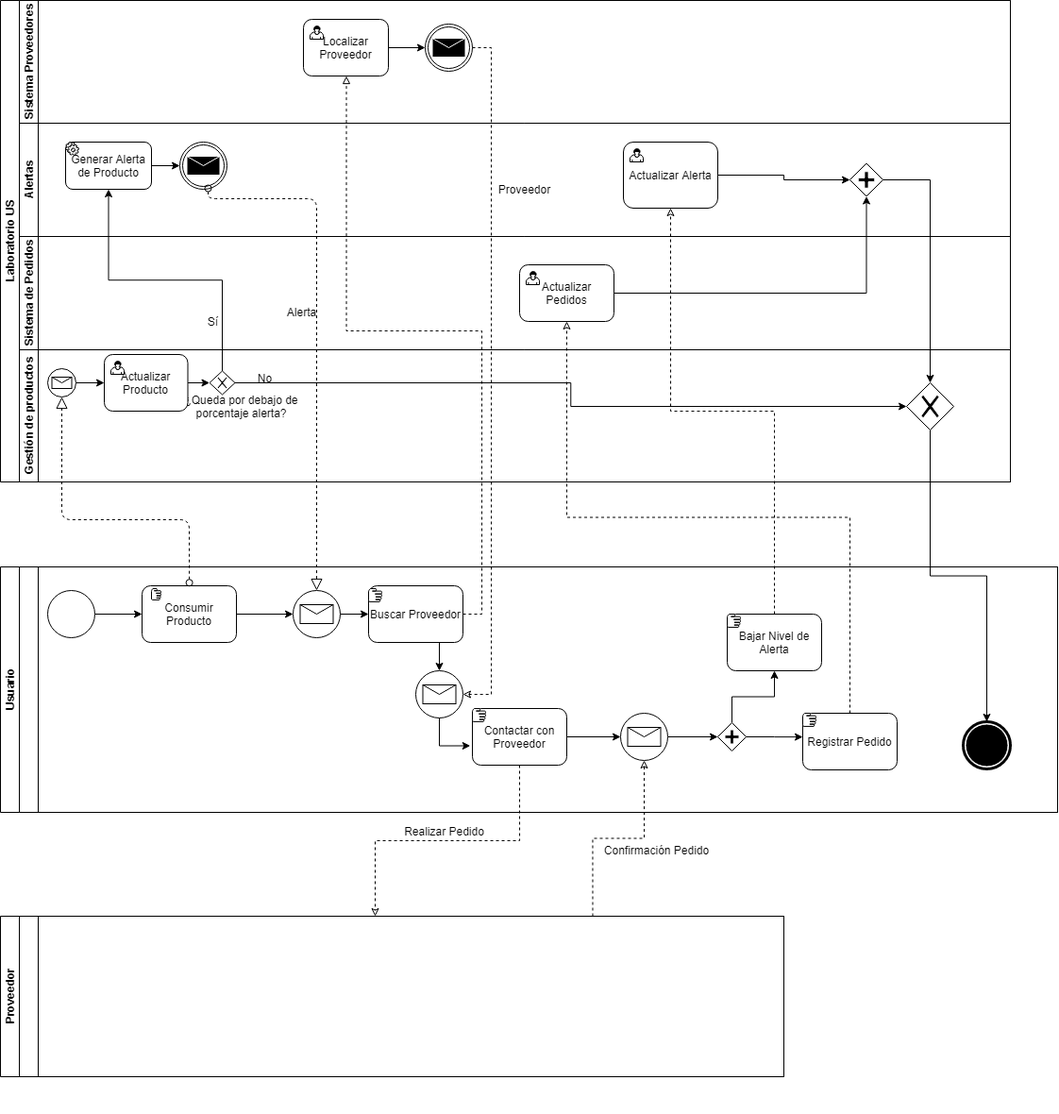
Before: Imágenes BPMN/HacerPedidoBPMN-Implantar.png, a diagram exported from draw.io (Franbr31/IR-project). Source tidied: cells renumbered, new cells last; positions are measured from the earlier drawing's top-left corner, leaving out a move shared by most shapes.
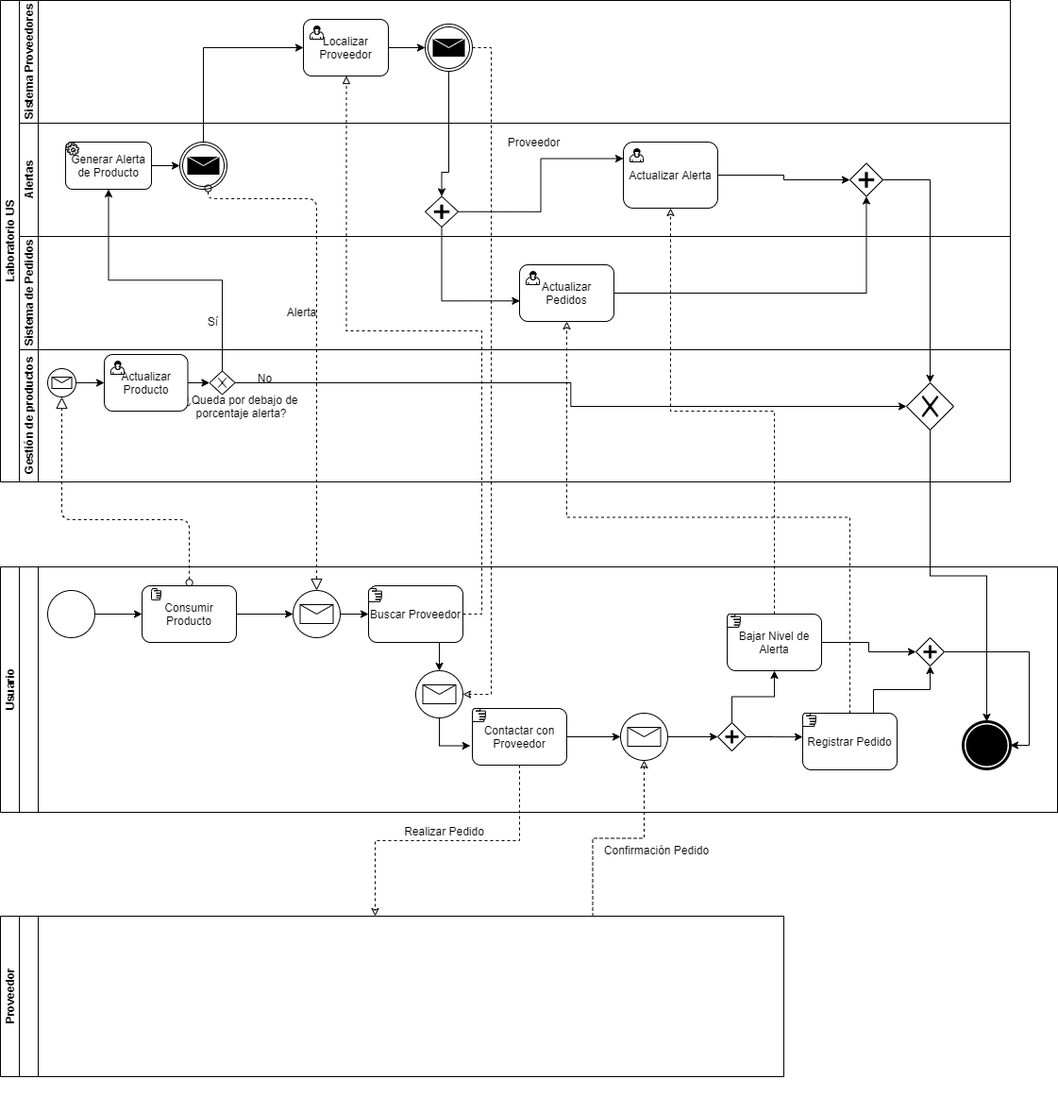
The same diagram one commit later.

Change to the diagram source:
```diff
@@ -50,7 +50,7 @@
       </mxGeometry>
     </mxCell>
     <mxCell id="15" value="Proveedor" style="text;html=1;align=center;verticalAlign=middle;" parent="8" vertex="1">
-      <mxGeometry x="500" y="60" width="70" height="20" as="geometry" />
+      <mxGeometry x="510" y="10" width="70" height="20" as="geometry" />
     </mxCell>
     <mxCell id="16" style="edgeStyle=orthogonalEdgeStyle;rounded=0;jettySize=auto;html=1;exitX=1;exitY=0.5;exitDx=0;exitDy=0;endArrow=classic;endFill=1;" parent="8" edge="1" source="17" target="19">
       <mxGeometry relative="1" as="geometry" />
@@ -66,6 +66,12 @@
     <mxCell id="19" style="shape=mxgraph.bpmn.shape;html=1;verticalLabelPosition=bottom;labelBackgroundColor=#ffffff;verticalAlign=top;align=center;perimeter=rhombusPerimeter;background=gateway;outlineConnect=0;outline=none;symbol=parallelGw;" parent="8" vertex="1">
       <mxGeometry x="880" y="42.5" width="35" height="35" as="geometry" />
     </mxCell>
+    <mxCell id="81" style="edgeStyle=orthogonalEdgeStyle;rounded=0;jettySize=auto;html=1;exitX=1;exitY=0.5;exitDx=0;exitDy=0;entryX=0;entryY=0.25;entryDx=0;entryDy=0;startArrow=none;startFill=0;endArrow=classic;endFill=1;" parent="8" edge="1" source="82" target="17">
+      <mxGeometry relative="1" as="geometry" />
+    </mxCell>
+    <mxCell id="82" style="shape=mxgraph.bpmn.shape;html=1;verticalLabelPosition=bottom;labelBackgroundColor=#ffffff;verticalAlign=top;align=center;perimeter=rhombusPerimeter;background=gateway;outlineConnect=0;outline=none;symbol=parallelGw;" parent="8" vertex="1">
+      <mxGeometry x="430" y="77.5" width="35" height="32.5" as="geometry" />
+    </mxCell>
     <mxCell id="20" value="Sistema de Pedidos" style="swimlane;html=1;startSize=20;horizontal=0;" parent="2" vertex="1">
       <mxGeometry x="20" y="250" width="1050" height="120" as="geometry" />
     </mxCell>
@@ -129,6 +135,19 @@
     <mxCell id="38" style="edgeStyle=orthogonalEdgeStyle;rounded=0;jettySize=auto;html=1;exitX=1;exitY=0.5;exitDx=0;exitDy=0;entryX=0.5;entryY=0;entryDx=0;entryDy=0;endArrow=classic;endFill=1;" parent="2" edge="1" source="19" target="34">
       <mxGeometry relative="1" as="geometry" />
     </mxCell>
+    <mxCell id="83" style="edgeStyle=orthogonalEdgeStyle;rounded=0;jettySize=auto;html=1;exitX=0.5;exitY=0;exitDx=0;exitDy=0;entryX=0;entryY=0.5;entryDx=0;entryDy=0;endArrow=classic;endFill=1;startArrow=none;startFill=0;" parent="2" edge="1" source="12" target="5">
+      <mxGeometry relative="1" as="geometry" />
+    </mxCell>
+    <mxCell id="84" style="edgeStyle=orthogonalEdgeStyle;rounded=0;jettySize=auto;html=1;exitX=0.5;exitY=1;exitDx=0;exitDy=0;startArrow=none;startFill=0;endArrow=classic;endFill=1;entryX=0.5;entryY=0;entryDx=0;entryDy=0;" parent="2" edge="1" source="7" target="82">
+      <mxGeometry relative="1" as="geometry">
+        <Array as="points">
+          <mxPoint x="475" y="182" />
+        </Array>
+      </mxGeometry>
+    </mxCell>
+    <mxCell id="85" style="edgeStyle=orthogonalEdgeStyle;rounded=0;jettySize=auto;html=1;exitX=0.5;exitY=1;exitDx=0;exitDy=0;entryX=0.004;entryY=0.638;entryDx=0;entryDy=0;entryPerimeter=0;startArrow=none;startFill=0;endArrow=classic;endFill=1;" parent="2" edge="1" source="82" target="23">
+      <mxGeometry relative="1" as="geometry" />
+    </mxCell>
     <mxCell id="39" value="Usuario" style="swimlane;html=1;horizontal=0;startSize=20;" parent="1" vertex="1">
       <mxGeometry y="600" width="1120" height="260" as="geometry" />
     </mxCell>
@@ -195,6 +214,9 @@
     <mxCell id="59" style="shape=mxgraph.bpmn.shape;html=1;verticalLabelPosition=bottom;labelBackgroundColor=#ffffff;verticalAlign=top;align=center;perimeter=ellipsePerimeter;outlineConnect=0;outline=standard;symbol=message;" parent="41" vertex="1">
       <mxGeometry x="637" y="155" width="50" height="50" as="geometry" />
     </mxCell>
+    <mxCell id="86" style="edgeStyle=orthogonalEdgeStyle;rounded=0;jettySize=auto;html=1;exitX=0.75;exitY=0;exitDx=0;exitDy=0;entryX=0.5;entryY=1;entryDx=0;entryDy=0;startArrow=none;startFill=0;endArrow=classic;endFill=1;" parent="41" edge="1" source="60" target="89">
+      <mxGeometry relative="1" as="geometry" />
+    </mxCell>
     <mxCell id="60" value="Registrar Pedido" style="shape=ext;rounded=1;html=1;whiteSpace=wrap;" parent="41" vertex="1">
       <mxGeometry x="830" y="155" width="100" height="60" as="geometry" />
     </mxCell>
@@ -210,6 +232,9 @@
     <mxCell id="64" style="shape=mxgraph.bpmn.shape;html=1;verticalLabelPosition=bottom;labelBackgroundColor=#ffffff;verticalAlign=top;align=center;perimeter=rhombusPerimeter;background=gateway;outlineConnect=0;outline=none;symbol=parallelGw;" parent="41" vertex="1">
       <mxGeometry x="740" y="165" width="30" height="30" as="geometry" />
     </mxCell>
+    <mxCell id="87" style="edgeStyle=orthogonalEdgeStyle;rounded=0;jettySize=auto;html=1;exitX=1;exitY=0.5;exitDx=0;exitDy=0;entryX=0;entryY=0.5;entryDx=0;entryDy=0;startArrow=none;startFill=0;endArrow=classic;endFill=1;" parent="41" edge="1" source="65" target="89">
+      <mxGeometry relative="1" as="geometry" />
+    </mxCell>
     <mxCell id="65" value="Bajar Nivel de Alerta" style="shape=ext;rounded=1;html=1;whiteSpace=wrap;" parent="41" vertex="1">
       <mxGeometry x="750" y="50" width="100" height="60" as="geometry" />
     </mxCell>
@@ -219,6 +244,12 @@
     <mxCell id="67" style="shape=mxgraph.bpmn.shape;html=1;verticalLabelPosition=bottom;labelBackgroundColor=#ffffff;verticalAlign=top;align=center;perimeter=ellipsePerimeter;outlineConnect=0;outline=end;symbol=terminate;" parent="41" vertex="1">
       <mxGeometry x="1000" y="164" width="50" height="50" as="geometry" />
     </mxCell>
+    <mxCell id="88" style="edgeStyle=orthogonalEdgeStyle;rounded=0;jettySize=auto;html=1;exitX=1;exitY=0.5;exitDx=0;exitDy=0;entryX=1;entryY=0.5;entryDx=0;entryDy=0;startArrow=none;startFill=0;endArrow=classic;endFill=1;" parent="41" edge="1" source="89" target="67">
+      <mxGeometry relative="1" as="geometry" />
+    </mxCell>
+    <mxCell id="89" style="shape=mxgraph.bpmn.shape;html=1;verticalLabelPosition=bottom;labelBackgroundColor=#ffffff;verticalAlign=top;align=center;perimeter=rhombusPerimeter;background=gateway;outlineConnect=0;outline=none;symbol=parallelGw;" parent="41" vertex="1">
+      <mxGeometry x="950" y="75" width="30" height="30" as="geometry" />
+    </mxCell>
     <mxCell id="68" value="Proveedor" style="swimlane;html=1;horizontal=0;startSize=20;" parent="1" vertex="1">
       <mxGeometry y="970" width="830" height="170" as="geometry" />
     </mxCell>
```
